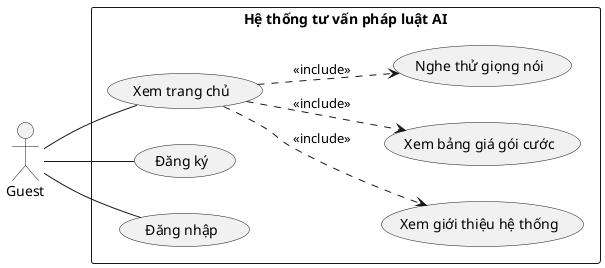
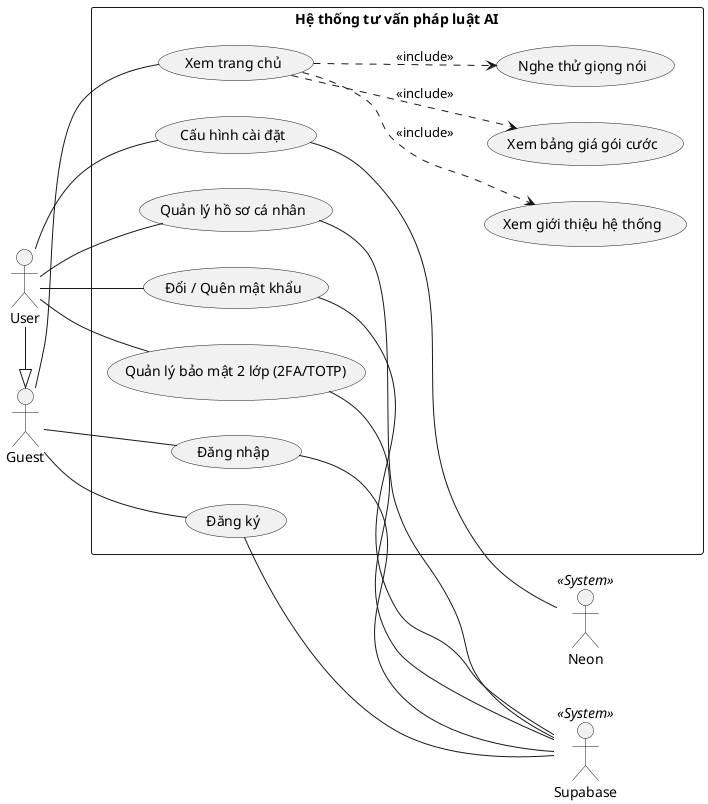



@startuml
left to right direction
skinparam packageStyle rectangle
skinparam shadowing false

+ actor "User" as User
actor "Guest" as Guest
+ 
+ actor "Supabase"   as Supabase   << System >>
+ actor "Neon"       as Neon       << System >>
+ 
+ 
+ User  -|> Guest
+ 
+ 

rectangle "Hệ thống tư vấn pháp luật AI" {
  usecase "Xem trang chủ" as UC_Home
  usecase "Xem giới thiệu hệ thống" as UC_Intro
  usecase "Xem bảng giá gói cước" as UC_Pricing
  usecase "Nghe thử giọng nói" as UC_SampleVoice
  usecase "Đăng ký" as UC_Register
  usecase "Đăng nhập" as UC_Login

+   usecase "Quản lý bảo mật 2 lớp (2FA/TOTP)" as UC_MFA
+   usecase "Quản lý hồ sơ cá nhân" as UC_Profile
+   usecase "Đổi / Quên mật khẩu" as UC_Password
+   usecase "Cấu hình cài đặt" as UC_Settings
+ 
  UC_Home ..> UC_Intro : <<include>>
  UC_Home ..> UC_Pricing : <<include>>
  UC_Home ..> UC_SampleVoice : <<include>>
}

Guest -- UC_Home
Guest -- UC_Register
Guest -- UC_Login
+ 
+ User -- UC_MFA
+ User -- UC_Profile
+ User -- UC_Password
+ User -- UC_Settings
+ 
+ UC_Register -- Supabase
+ UC_Login -- Supabase
+ UC_MFA -- Supabase
+ UC_Profile -- Supabase
+ UC_Password -- Supabase
+ UC_Settings -- Neon
@enduml
